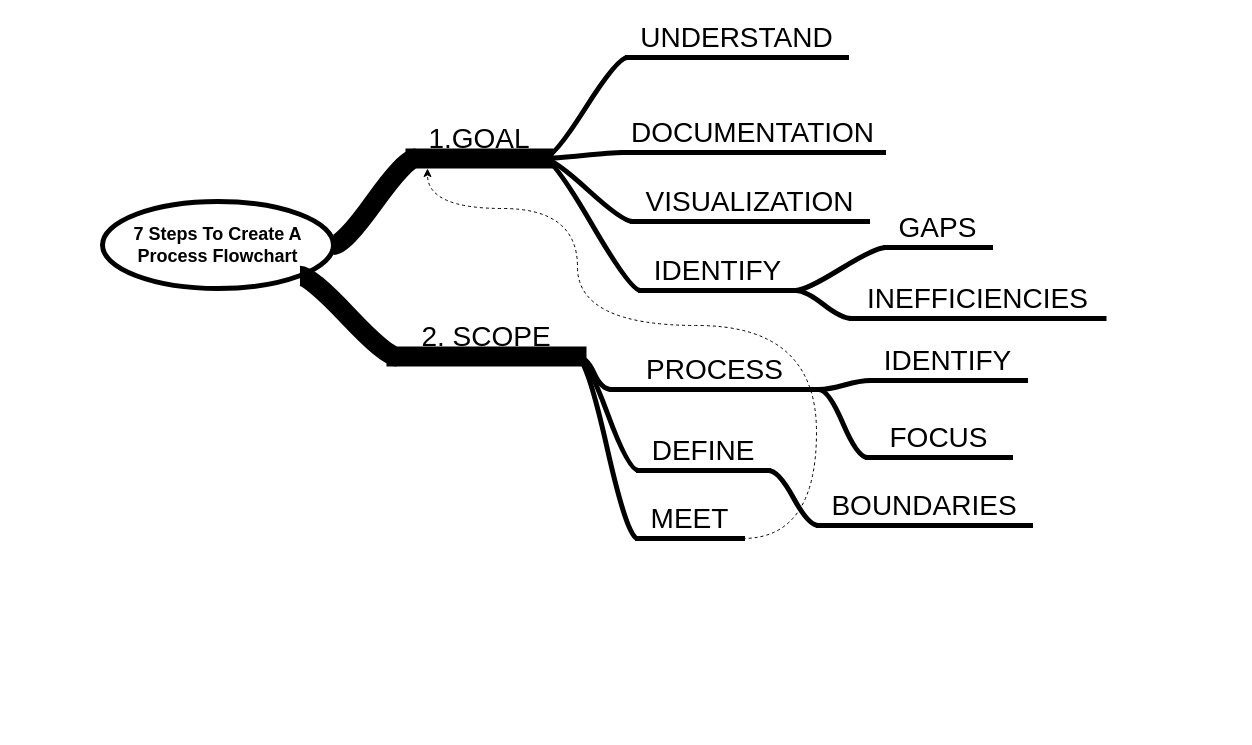
The draw.io diagram BAC1/7StepsToCreatePMV1.drawio in planetkalpesh/MindMaps, before the edit. Source tidied: cells renumbered, new cells numbered last; positions are measured from the earlier drawing's top-left corner, leaving out a move shared by most shapes. Both pictures are drawn from the tidied source at 100%, with x=0, y=0 at pixel (102, 19).
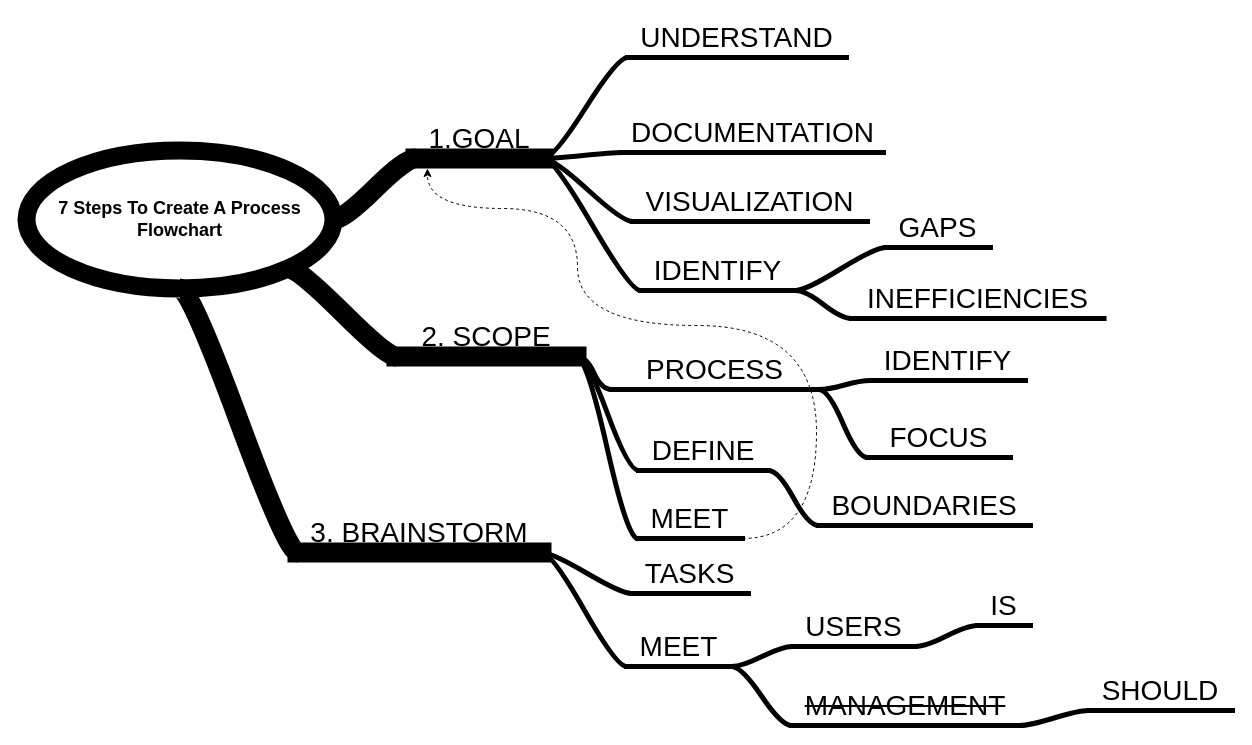
After the change.

What changed in the source:
```diff
@@
-    <mxCell id="2" value="7 Steps To Create A Process Flowchart" style="ellipse;whiteSpace=wrap;html=1;align=center;newEdgeStyle={&quot;edgeStyle&quot;:&quot;entityRelationEdgeStyle&quot;,&quot;startArrow&quot;:&quot;none&quot;,&quot;endArrow&quot;:&quot;none&quot;,&quot;segment&quot;:10,&quot;curved&quot;:1};fontSize=18;strokeWidth=5;fontStyle=1;" parent="1" vertex="1">
-      <mxGeometry y="182" width="231" height="87" as="geometry" />
+    <mxCell id="2" value="7 Steps To Create A Process Flowchart" style="ellipse;whiteSpace=wrap;html=1;align=center;newEdgeStyle={&quot;edgeStyle&quot;:&quot;entityRelationEdgeStyle&quot;,&quot;startArrow&quot;:&quot;none&quot;,&quot;endArrow&quot;:&quot;none&quot;,&quot;segment&quot;:10,&quot;curved&quot;:1};fontSize=18;strokeWidth=18;fontStyle=1;" parent="1" vertex="1">
+      <mxGeometry x="-76" y="131" width="307" height="138" as="geometry" />
     </mxCell>
@@
+    <mxCell id="32" value="3. BRAINSTORM" style="whiteSpace=wrap;html=1;shape=partialRectangle;top=0;left=0;bottom=1;right=0;points=[[0,1],[1,1]];fillColor=none;align=center;verticalAlign=bottom;routingCenterY=0.5;snapToPoint=1;newEdgeStyle={&quot;edgeStyle&quot;:&quot;entityRelationEdgeStyle&quot;,&quot;startArrow&quot;:&quot;none&quot;,&quot;endArrow&quot;:&quot;none&quot;,&quot;segment&quot;:10,&quot;curved&quot;:1};strokeWidth=20;fontSize=28;" parent="1" vertex="1">
+      <mxGeometry x="195" y="495" width="244" height="38" as="geometry" />
+    </mxCell>
+    <mxCell id="33" style="edgeStyle=entityRelationEdgeStyle;startArrow=none;endArrow=none;segment=10;curved=1;strokeWidth=20;fontSize=28;exitX=0.5;exitY=1;exitDx=0;exitDy=0;" parent="1" edge="1" source="2" target="32">
+      <mxGeometry relative="1" as="geometry" />
+    </mxCell>
+    <mxCell id="34" value="TASKS" style="whiteSpace=wrap;html=1;shape=partialRectangle;top=0;left=0;bottom=1;right=0;points=[[0,1],[1,1]];fillColor=none;align=center;verticalAlign=bottom;routingCenterY=0.5;snapToPoint=1;newEdgeStyle={&quot;edgeStyle&quot;:&quot;entityRelationEdgeStyle&quot;,&quot;startArrow&quot;:&quot;none&quot;,&quot;endArrow&quot;:&quot;none&quot;,&quot;segment&quot;:10,&quot;curved&quot;:1};strokeWidth=5;fontSize=28;" parent="1" vertex="1">
+      <mxGeometry x="529" y="536" width="117" height="38" as="geometry" />
+    </mxCell>
+    <mxCell id="35" style="edgeStyle=entityRelationEdgeStyle;startArrow=none;endArrow=none;segment=10;curved=1;strokeWidth=5;fontSize=28;exitX=1;exitY=1;exitDx=0;exitDy=0;" parent="1" edge="1" source="32" target="34">
+      <mxGeometry relative="1" as="geometry" />
+    </mxCell>
+    <mxCell id="36" value="MEET" style="whiteSpace=wrap;html=1;shape=partialRectangle;top=0;left=0;bottom=1;right=0;points=[[0,1],[1,1]];fillColor=none;align=center;verticalAlign=bottom;routingCenterY=0.5;snapToPoint=1;newEdgeStyle={&quot;edgeStyle&quot;:&quot;entityRelationEdgeStyle&quot;,&quot;startArrow&quot;:&quot;none&quot;,&quot;endArrow&quot;:&quot;none&quot;,&quot;segment&quot;:10,&quot;curved&quot;:1};strokeWidth=5;fontSize=28;" parent="1" vertex="1">
+      <mxGeometry x="524" y="609" width="105" height="38" as="geometry" />
+    </mxCell>
+    <mxCell id="37" style="edgeStyle=entityRelationEdgeStyle;startArrow=none;endArrow=none;segment=10;curved=1;strokeWidth=5;fontSize=28;exitX=1;exitY=1;exitDx=0;exitDy=0;" parent="1" edge="1" source="32" target="36">
+      <mxGeometry relative="1" as="geometry" />
+    </mxCell>
+    <mxCell id="38" value="USERS" style="whiteSpace=wrap;html=1;shape=partialRectangle;top=0;left=0;bottom=1;right=0;points=[[0,1],[1,1]];fillColor=none;align=center;verticalAlign=bottom;routingCenterY=0.5;snapToPoint=1;newEdgeStyle={&quot;edgeStyle&quot;:&quot;entityRelationEdgeStyle&quot;,&quot;startArrow&quot;:&quot;none&quot;,&quot;endArrow&quot;:&quot;none&quot;,&quot;segment&quot;:10,&quot;curved&quot;:1};strokeWidth=5;fontSize=28;" parent="1" vertex="1">
+      <mxGeometry x="690" y="589" width="123" height="38" as="geometry" />
+    </mxCell>
+    <mxCell id="39" style="edgeStyle=entityRelationEdgeStyle;startArrow=none;endArrow=none;segment=10;curved=1;strokeWidth=5;fontSize=28;exitX=1;exitY=1;exitDx=0;exitDy=0;" parent="1" edge="1" source="36" target="38">
+      <mxGeometry relative="1" as="geometry" />
+    </mxCell>
+    <mxCell id="40" value="&lt;strike&gt;MANAGEMENT&lt;/strike&gt;" style="whiteSpace=wrap;html=1;shape=partialRectangle;top=0;left=0;bottom=1;right=0;points=[[0,1],[1,1]];fillColor=none;align=center;verticalAlign=bottom;routingCenterY=0.5;snapToPoint=1;newEdgeStyle={&quot;edgeStyle&quot;:&quot;entityRelationEdgeStyle&quot;,&quot;startArrow&quot;:&quot;none&quot;,&quot;endArrow&quot;:&quot;none&quot;,&quot;segment&quot;:10,&quot;curved&quot;:1};strokeWidth=5;fontSize=28;" parent="1" vertex="1">
+      <mxGeometry x="689" y="668" width="228" height="38" as="geometry" />
+    </mxCell>
+    <mxCell id="41" style="edgeStyle=entityRelationEdgeStyle;startArrow=none;endArrow=none;segment=10;curved=1;strokeWidth=5;fontSize=28;exitX=1;exitY=1;exitDx=0;exitDy=0;" parent="1" edge="1" source="36" target="40">
+      <mxGeometry relative="1" as="geometry" />
+    </mxCell>
+    <mxCell id="42" value="IS" style="whiteSpace=wrap;html=1;shape=partialRectangle;top=0;left=0;bottom=1;right=0;points=[[0,1],[1,1]];fillColor=none;align=center;verticalAlign=bottom;routingCenterY=0.5;snapToPoint=1;newEdgeStyle={&quot;edgeStyle&quot;:&quot;entityRelationEdgeStyle&quot;,&quot;startArrow&quot;:&quot;none&quot;,&quot;endArrow&quot;:&quot;none&quot;,&quot;segment&quot;:10,&quot;curved&quot;:1};strokeWidth=5;fontSize=28;" parent="1" vertex="1">
+      <mxGeometry x="875" y="568" width="53" height="38" as="geometry" />
+    </mxCell>
+    <mxCell id="43" style="edgeStyle=entityRelationEdgeStyle;startArrow=none;endArrow=none;segment=10;curved=1;strokeWidth=5;fontSize=28;exitX=1;exitY=1;exitDx=0;exitDy=0;" parent="1" edge="1" source="38" target="42">
+      <mxGeometry relative="1" as="geometry" />
+    </mxCell>
+    <mxCell id="44" value="SHOULD" style="whiteSpace=wrap;html=1;shape=partialRectangle;top=0;left=0;bottom=1;right=0;points=[[0,1],[1,1]];fillColor=none;align=center;verticalAlign=bottom;routingCenterY=0.5;snapToPoint=1;newEdgeStyle={&quot;edgeStyle&quot;:&quot;entityRelationEdgeStyle&quot;,&quot;startArrow&quot;:&quot;none&quot;,&quot;endArrow&quot;:&quot;none&quot;,&quot;segment&quot;:10,&quot;curved&quot;:1};strokeWidth=5;fontSize=28;" parent="1" vertex="1">
+      <mxGeometry x="986" y="653" width="144" height="38" as="geometry" />
+    </mxCell>
+    <mxCell id="45" style="edgeStyle=entityRelationEdgeStyle;startArrow=none;endArrow=none;segment=10;curved=1;strokeWidth=5;fontSize=28;exitX=1;exitY=1;exitDx=0;exitDy=0;" parent="1" edge="1" source="40" target="44">
+      <mxGeometry relative="1" as="geometry" />
+    </mxCell>
```
